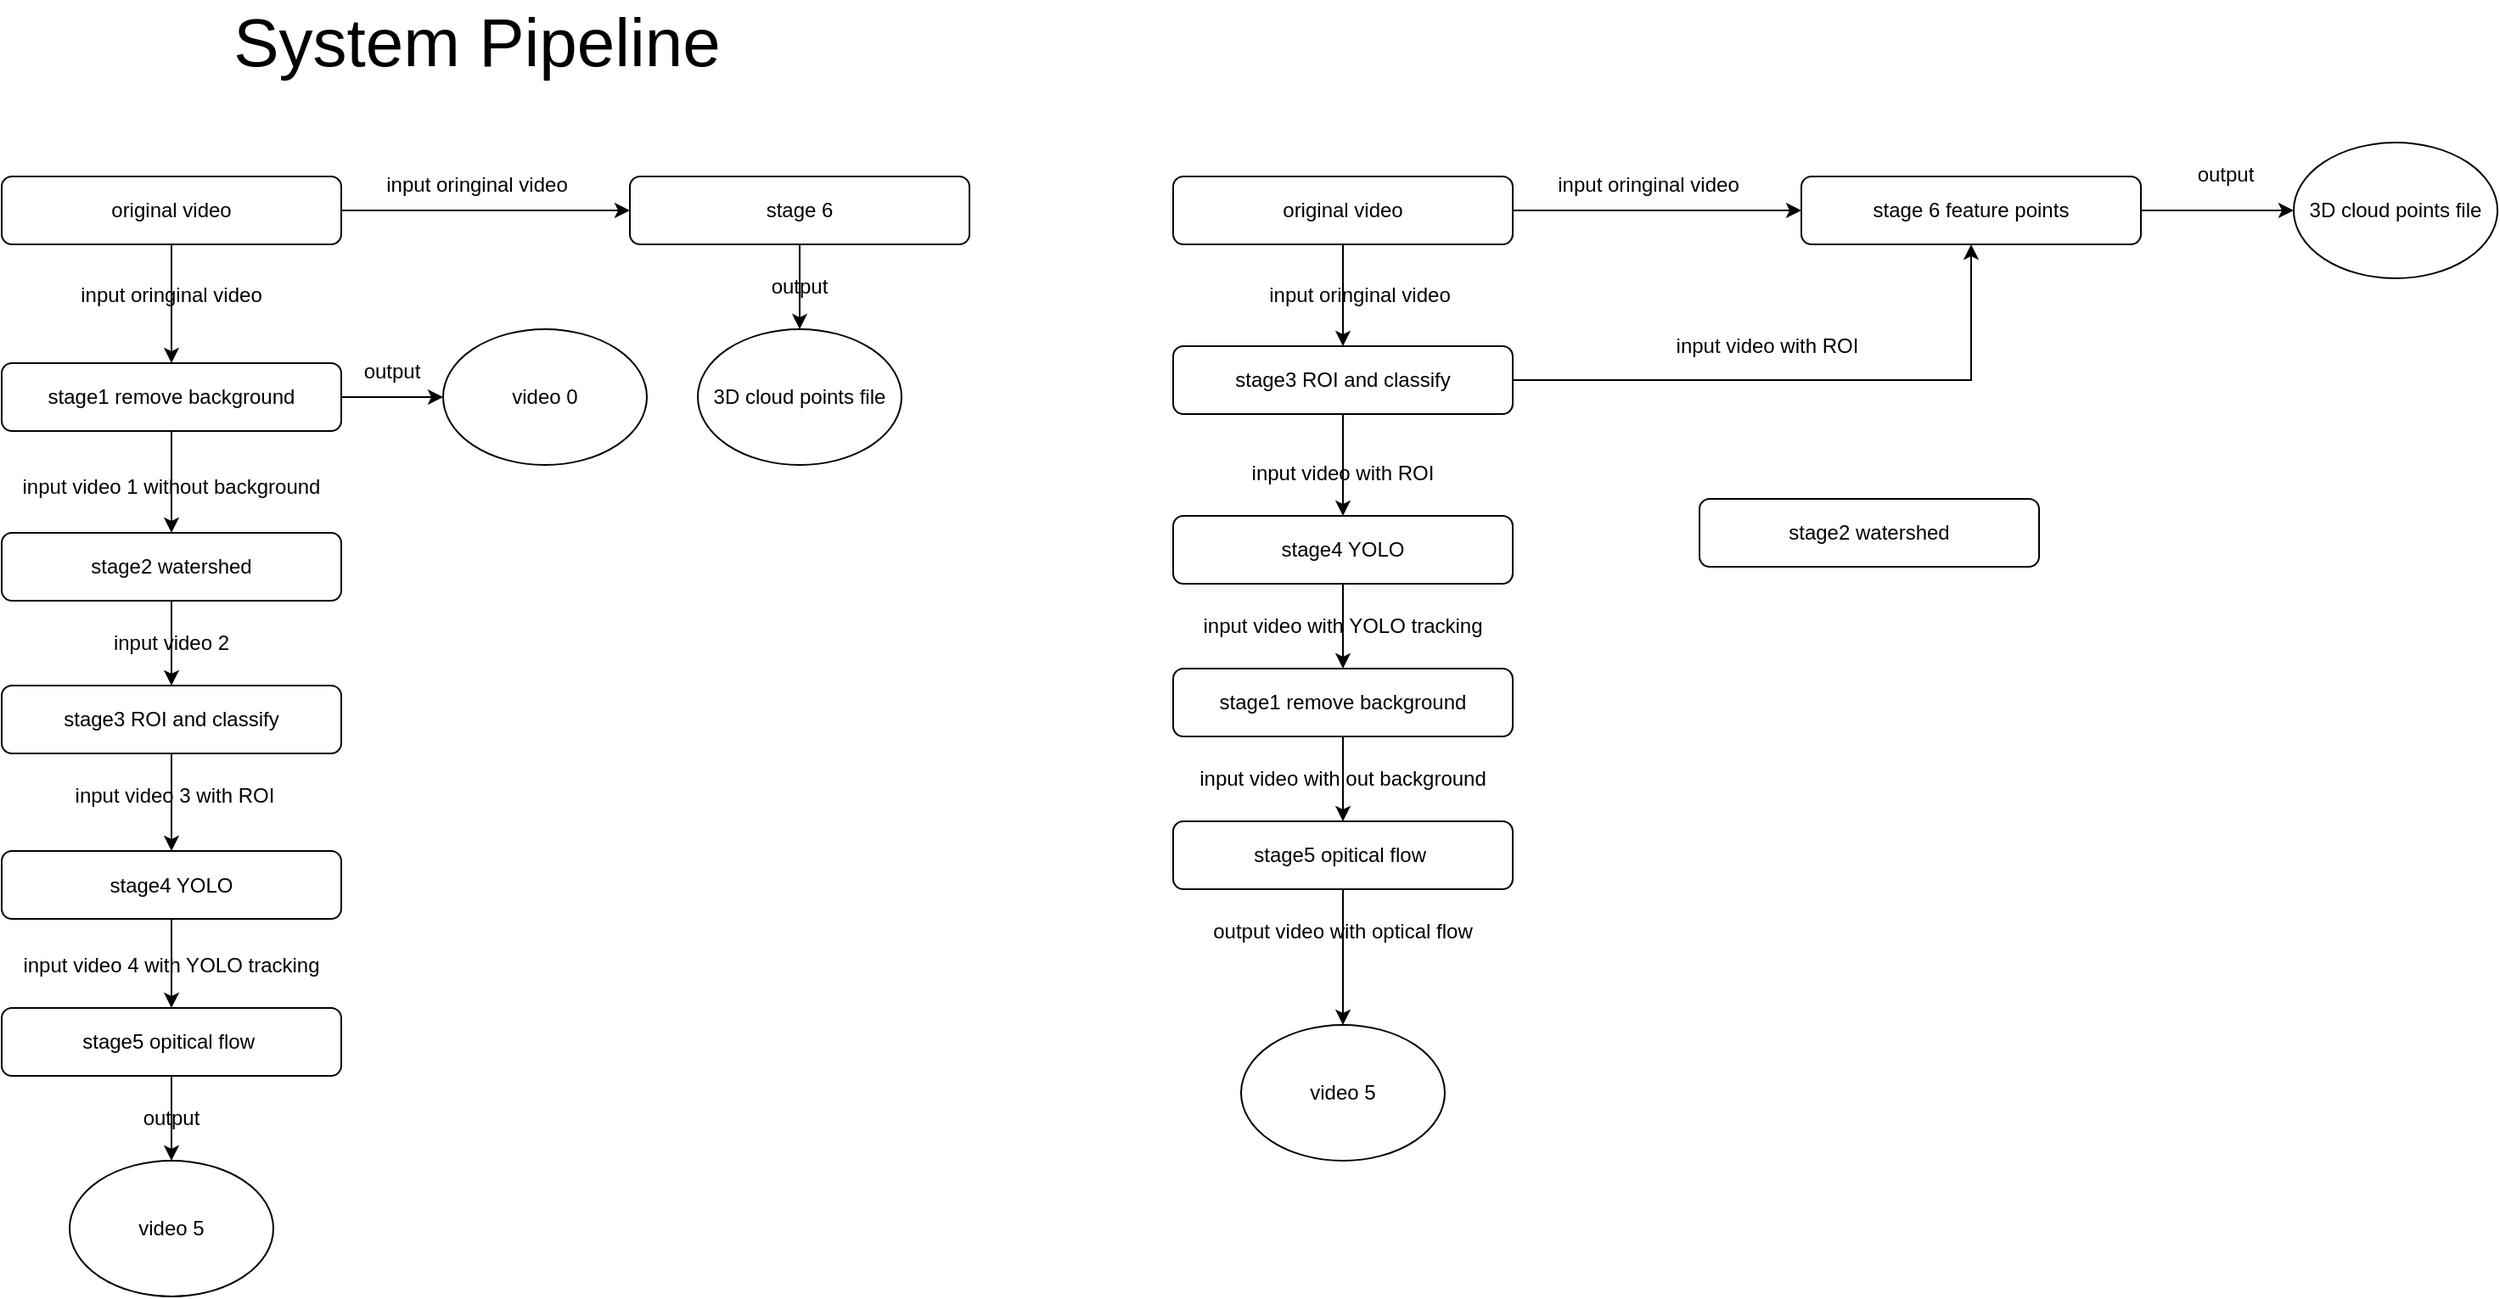
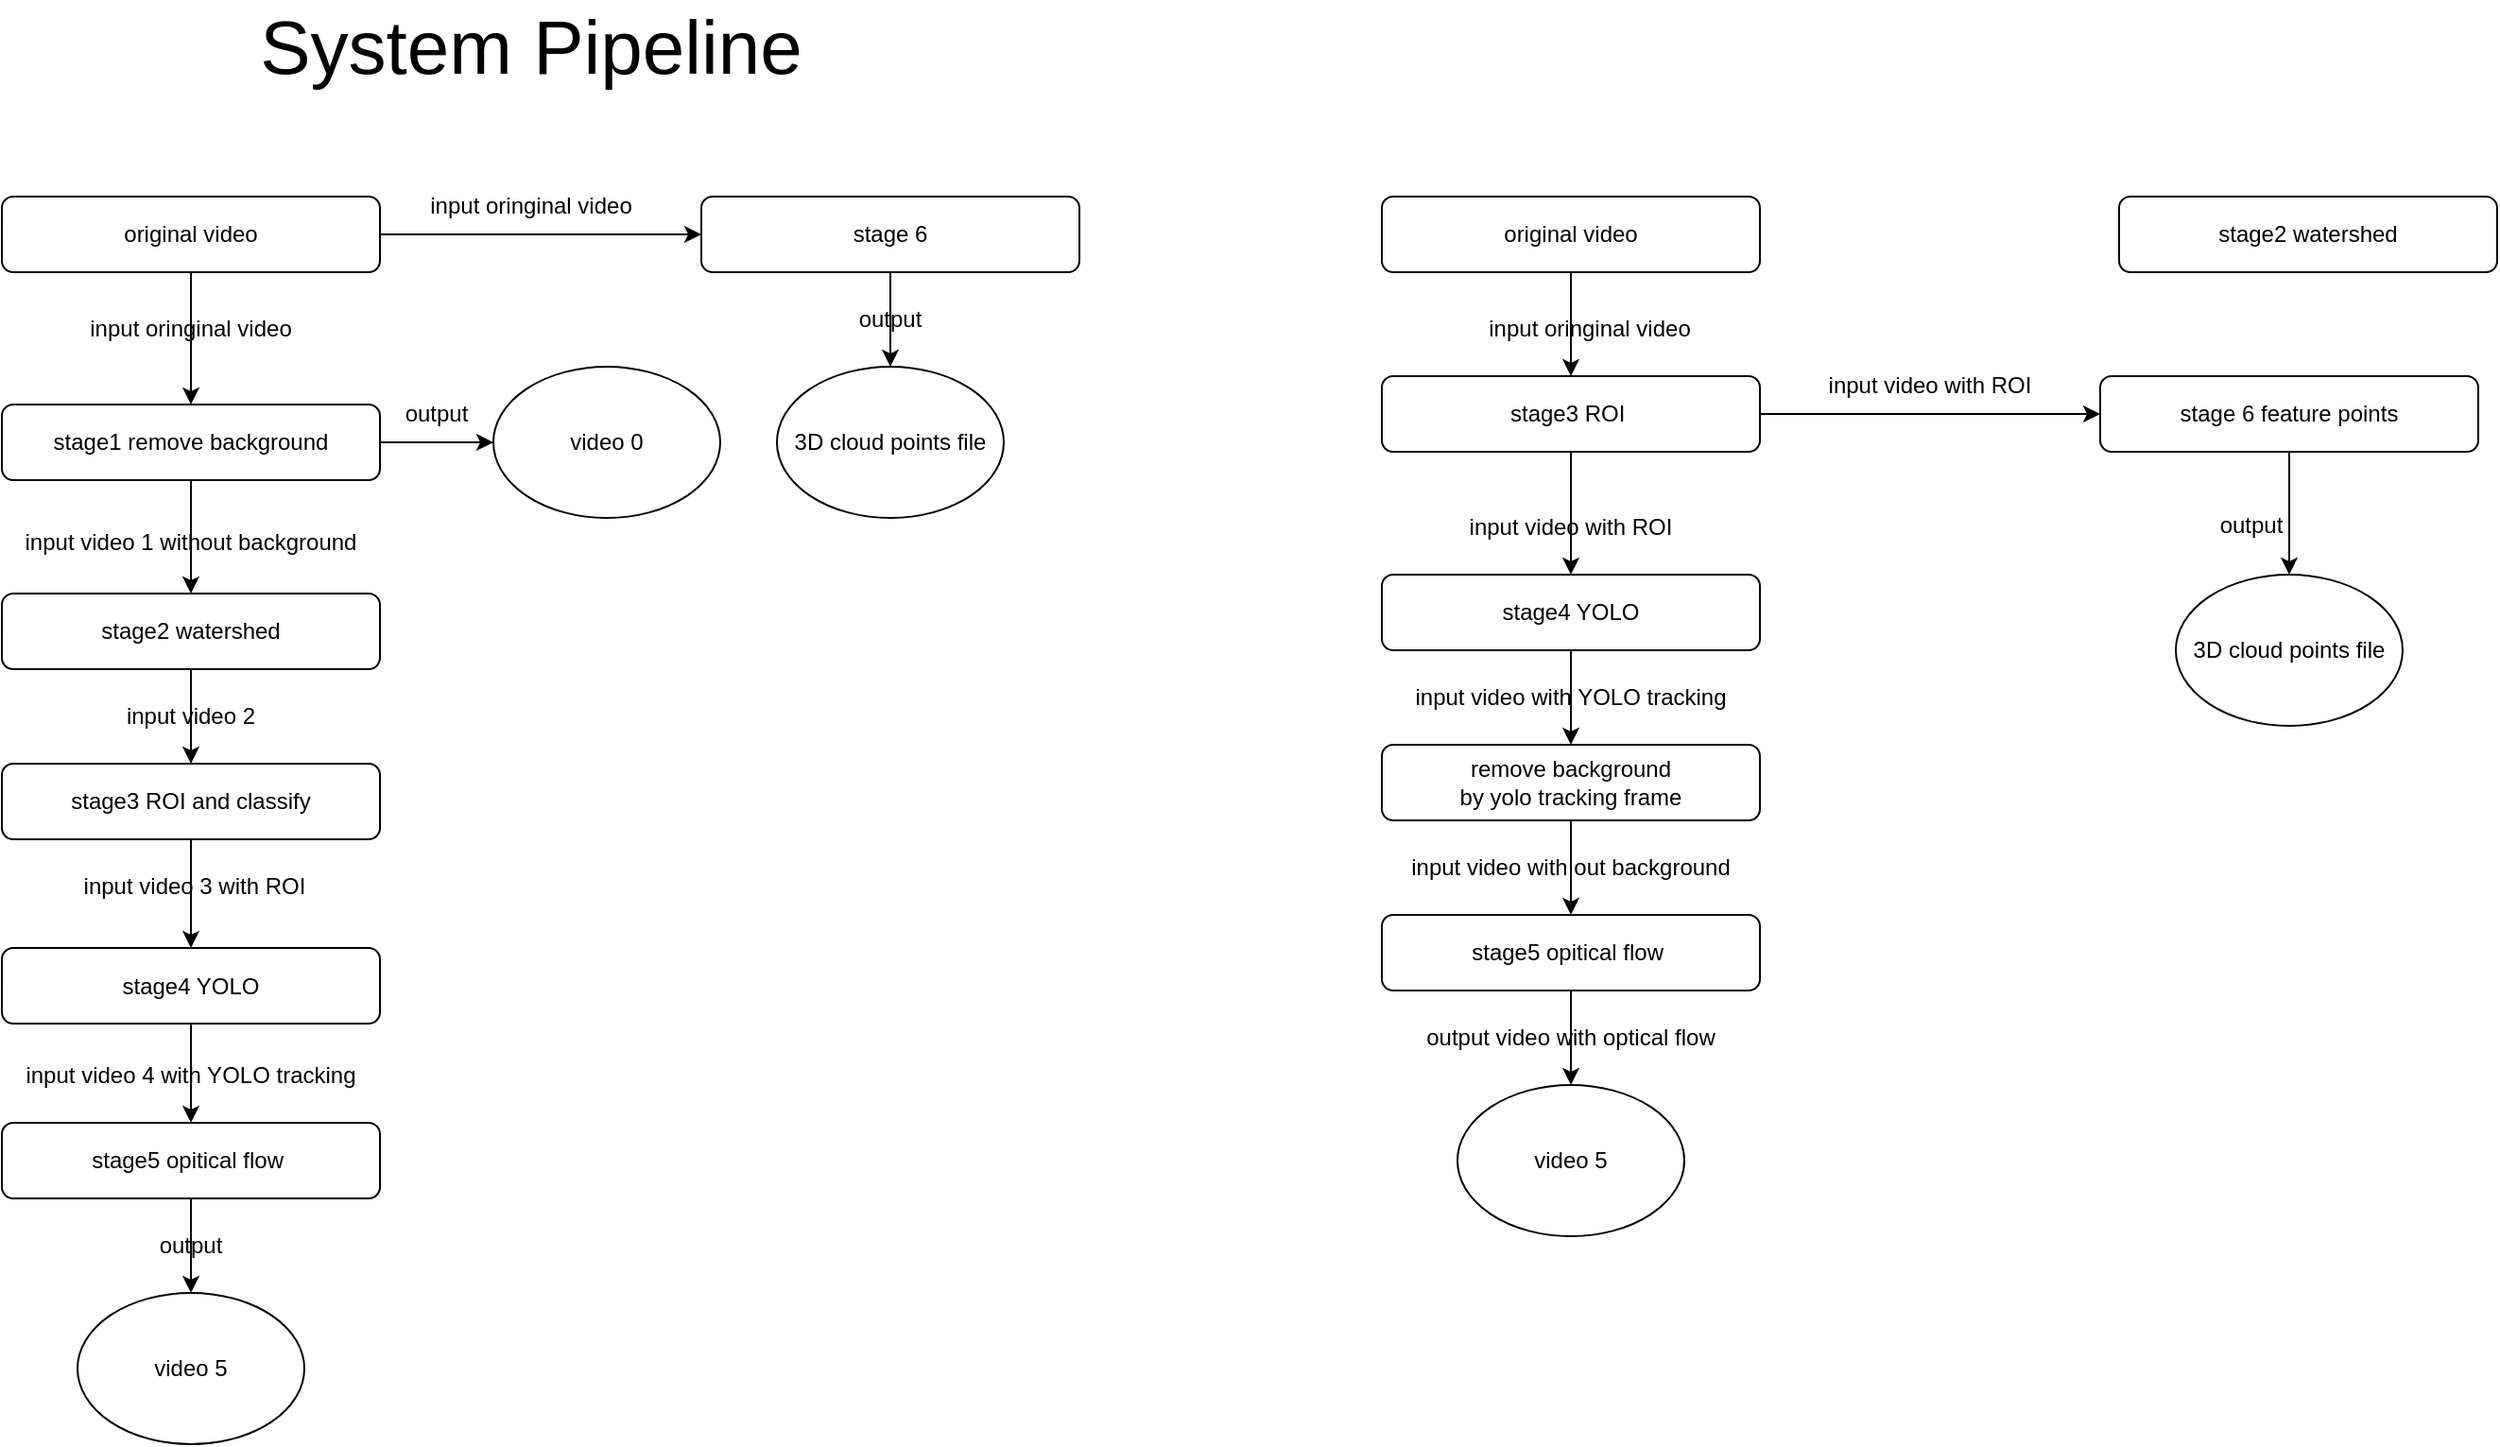
<mxfile host="app.diagrams.net">
  <diagram name="第 1 页" id="EDNaJZNnnwqxP0Wy0BaO">
-     <mxGraphModel dx="1288" dy="779" grid="1" gridSize="10" guides="1" tooltips="1" connect="1" arrows="1" fold="1" page="1" pageScale="1" pageWidth="827" pageHeight="1169" math="0" shadow="0">
+     <mxGraphModel dx="1471" dy="890" grid="1" gridSize="10" guides="1" tooltips="1" connect="1" arrows="1" fold="1" page="1" pageScale="1" pageWidth="827" pageHeight="1169" math="0" shadow="0">
      <root>
        <mxCell id="0" />
        <mxCell id="1" parent="0" />
        <mxCell id="LqL7joPrmtTk0NlE0pl9-1" edge="1" parent="1" source="LqL7joPrmtTk0NlE0pl9-3" style="edgeStyle=orthogonalEdgeStyle;rounded=0;orthogonalLoop=1;jettySize=auto;html=1;" target="LqL7joPrmtTk0NlE0pl9-8" value="">
          <mxGeometry relative="1" as="geometry" />
        </mxCell>
        <mxCell id="LqL7joPrmtTk0NlE0pl9-2" edge="1" parent="1" source="LqL7joPrmtTk0NlE0pl9-3" style="edgeStyle=orthogonalEdgeStyle;rounded=0;orthogonalLoop=1;jettySize=auto;html=1;" target="LqL7joPrmtTk0NlE0pl9-24" value="">
          <mxGeometry relative="1" as="geometry" />
        </mxCell>
        <mxCell id="LqL7joPrmtTk0NlE0pl9-3" parent="1" style="rounded=1;whiteSpace=wrap;html=1;" value="stage1 remove background" vertex="1">
          <mxGeometry height="40" width="200" x="410" y="520" as="geometry" />
        </mxCell>
        <mxCell id="LqL7joPrmtTk0NlE0pl9-4" edge="1" parent="1" source="LqL7joPrmtTk0NlE0pl9-6" style="edgeStyle=orthogonalEdgeStyle;rounded=0;orthogonalLoop=1;jettySize=auto;html=1;" target="LqL7joPrmtTk0NlE0pl9-3" value="">
          <mxGeometry relative="1" as="geometry" />
        </mxCell>
        <mxCell id="LqL7joPrmtTk0NlE0pl9-5" edge="1" parent="1" source="LqL7joPrmtTk0NlE0pl9-6" style="edgeStyle=orthogonalEdgeStyle;rounded=0;orthogonalLoop=1;jettySize=auto;html=1;" target="LqL7joPrmtTk0NlE0pl9-21" value="">
          <mxGeometry relative="1" as="geometry" />
        </mxCell>
        <mxCell id="LqL7joPrmtTk0NlE0pl9-6" parent="1" style="rounded=1;whiteSpace=wrap;html=1;" value="original video" vertex="1">
          <mxGeometry height="40" width="200" x="410" y="410" as="geometry" />
        </mxCell>
        <mxCell id="LqL7joPrmtTk0NlE0pl9-7" edge="1" parent="1" source="LqL7joPrmtTk0NlE0pl9-8" style="edgeStyle=orthogonalEdgeStyle;rounded=0;orthogonalLoop=1;jettySize=auto;html=1;" target="LqL7joPrmtTk0NlE0pl9-10" value="">
          <mxGeometry relative="1" as="geometry" />
        </mxCell>
        <mxCell id="LqL7joPrmtTk0NlE0pl9-8" parent="1" style="rounded=1;whiteSpace=wrap;html=1;" value="stage2 watershed" vertex="1">
          <mxGeometry height="40" width="200" x="410" y="620" as="geometry" />
        </mxCell>
        <mxCell id="LqL7joPrmtTk0NlE0pl9-9" edge="1" parent="1" source="LqL7joPrmtTk0NlE0pl9-10" style="edgeStyle=orthogonalEdgeStyle;rounded=0;orthogonalLoop=1;jettySize=auto;html=1;" target="LqL7joPrmtTk0NlE0pl9-14" value="">
          <mxGeometry relative="1" as="geometry" />
        </mxCell>
        <mxCell id="LqL7joPrmtTk0NlE0pl9-10" parent="1" style="rounded=1;whiteSpace=wrap;html=1;" value="stage3 ROI and classify" vertex="1">
          <mxGeometry height="40" width="200" x="410" y="710" as="geometry" />
        </mxCell>
        <mxCell id="LqL7joPrmtTk0NlE0pl9-11" edge="1" parent="1" source="LqL7joPrmtTk0NlE0pl9-12" style="edgeStyle=orthogonalEdgeStyle;rounded=0;orthogonalLoop=1;jettySize=auto;html=1;" target="LqL7joPrmtTk0NlE0pl9-23" value="">
          <mxGeometry relative="1" as="geometry" />
        </mxCell>
        <mxCell id="LqL7joPrmtTk0NlE0pl9-12" parent="1" style="rounded=1;whiteSpace=wrap;html=1;" value="stage5 opitical flow&amp;nbsp;" vertex="1">
          <mxGeometry height="40" width="200" x="410" y="900" as="geometry" />
        </mxCell>
        <mxCell id="LqL7joPrmtTk0NlE0pl9-13" edge="1" parent="1" source="LqL7joPrmtTk0NlE0pl9-14" style="edgeStyle=orthogonalEdgeStyle;rounded=0;orthogonalLoop=1;jettySize=auto;html=1;" target="LqL7joPrmtTk0NlE0pl9-12" value="">
          <mxGeometry relative="1" as="geometry" />
        </mxCell>
        <mxCell id="LqL7joPrmtTk0NlE0pl9-14" parent="1" style="rounded=1;whiteSpace=wrap;html=1;" value="stage4 YOLO" vertex="1">
          <mxGeometry height="40" width="200" x="410" y="807.5" as="geometry" />
        </mxCell>
        <mxCell id="LqL7joPrmtTk0NlE0pl9-15" parent="1" style="text;html=1;whiteSpace=wrap;strokeColor=none;fillColor=none;align=center;verticalAlign=middle;rounded=0;" value="input oringinal video" vertex="1">
          <mxGeometry height="30" width="180" x="420" y="465" as="geometry" />
        </mxCell>
        <mxCell id="LqL7joPrmtTk0NlE0pl9-16" parent="1" style="text;html=1;whiteSpace=wrap;strokeColor=none;fillColor=none;align=center;verticalAlign=middle;rounded=0;" value="input video 1 without background" vertex="1">
          <mxGeometry height="30" width="180" x="420" y="577.5" as="geometry" />
        </mxCell>
        <mxCell id="LqL7joPrmtTk0NlE0pl9-17" parent="1" style="text;html=1;whiteSpace=wrap;strokeColor=none;fillColor=none;align=center;verticalAlign=middle;rounded=0;" value="input video 2" vertex="1">
          <mxGeometry height="30" width="180" x="420" y="670" as="geometry" />
        </mxCell>
        <mxCell id="LqL7joPrmtTk0NlE0pl9-18" parent="1" style="text;html=1;whiteSpace=wrap;strokeColor=none;fillColor=none;align=center;verticalAlign=middle;rounded=0;" value="input video 3 with ROI" vertex="1">
          <mxGeometry height="30" width="180" x="422" y="760" as="geometry" />
        </mxCell>
        <mxCell id="LqL7joPrmtTk0NlE0pl9-19" parent="1" style="text;html=1;whiteSpace=wrap;strokeColor=none;fillColor=none;align=center;verticalAlign=middle;rounded=0;" value="input video 4 with YOLO tracking" vertex="1">
          <mxGeometry height="30" width="180" x="420" y="860" as="geometry" />
        </mxCell>
        <mxCell id="LqL7joPrmtTk0NlE0pl9-20" edge="1" parent="1" source="LqL7joPrmtTk0NlE0pl9-21" style="edgeStyle=orthogonalEdgeStyle;rounded=0;orthogonalLoop=1;jettySize=auto;html=1;" target="LqL7joPrmtTk0NlE0pl9-25" value="">
          <mxGeometry relative="1" as="geometry" />
        </mxCell>
        <mxCell id="LqL7joPrmtTk0NlE0pl9-21" parent="1" style="rounded=1;whiteSpace=wrap;html=1;" value="stage 6" vertex="1">
          <mxGeometry height="40" width="200" x="780" y="410" as="geometry" />
        </mxCell>
        <mxCell id="LqL7joPrmtTk0NlE0pl9-22" parent="1" style="text;html=1;whiteSpace=wrap;strokeColor=none;fillColor=none;align=center;verticalAlign=middle;rounded=0;" value="input oringinal video" vertex="1">
          <mxGeometry height="30" width="180" x="600" y="400" as="geometry" />
        </mxCell>
        <mxCell id="LqL7joPrmtTk0NlE0pl9-23" parent="1" style="ellipse;whiteSpace=wrap;html=1;" value="video 5" vertex="1">
          <mxGeometry height="80" width="120" x="450" y="990" as="geometry" />
        </mxCell>
        <mxCell id="LqL7joPrmtTk0NlE0pl9-24" parent="1" style="ellipse;whiteSpace=wrap;html=1;" value="video 0" vertex="1">
          <mxGeometry height="80" width="120" x="670" y="500" as="geometry" />
        </mxCell>
        <mxCell id="LqL7joPrmtTk0NlE0pl9-25" parent="1" style="ellipse;whiteSpace=wrap;html=1;" value="3D cloud points file" vertex="1">
          <mxGeometry height="80" width="120" x="820" y="500" as="geometry" />
        </mxCell>
        <mxCell id="LqL7joPrmtTk0NlE0pl9-26" parent="1" style="text;html=1;whiteSpace=wrap;strokeColor=none;fillColor=none;align=center;verticalAlign=middle;rounded=0;" value="output" vertex="1">
          <mxGeometry height="30" width="180" x="790" y="460" as="geometry" />
        </mxCell>
        <mxCell id="LqL7joPrmtTk0NlE0pl9-27" parent="1" style="text;html=1;whiteSpace=wrap;strokeColor=none;fillColor=none;align=center;verticalAlign=middle;rounded=0;" value="output" vertex="1">
          <mxGeometry height="30" width="180" x="550" y="510" as="geometry" />
        </mxCell>
        <mxCell id="LqL7joPrmtTk0NlE0pl9-28" parent="1" style="text;html=1;whiteSpace=wrap;strokeColor=none;fillColor=none;align=center;verticalAlign=middle;rounded=0;" value="output" vertex="1">
          <mxGeometry height="30" width="180" x="420" y="950" as="geometry" />
        </mxCell>
        <mxCell id="LqL7joPrmtTk0NlE0pl9-29" parent="1" style="text;html=1;whiteSpace=wrap;strokeColor=none;fillColor=none;align=center;verticalAlign=middle;rounded=0;" value="&lt;span style=&quot;text-align: left;&quot;&gt;&lt;font style=&quot;font-size: 40px;&quot;&gt;System Pipeline&lt;/font&gt;&lt;/span&gt;" vertex="1">
          <mxGeometry height="40" width="400" x="490" y="310" as="geometry" />
        </mxCell>
-         <mxCell id="VIaz_GR1P35Ysxikfubc-36" edge="1" parent="1" source="VIaz_GR1P35Ysxikfubc-3" style="edgeStyle=orthogonalEdgeStyle;rounded=0;orthogonalLoop=1;jettySize=auto;html=1;" target="VIaz_GR1P35Ysxikfubc-12" value="">
+         <mxCell id="qMy3pctc-F5U606VzNz1-1" edge="1" parent="1" source="qMy3pctc-F5U606VzNz1-2" style="edgeStyle=orthogonalEdgeStyle;rounded=0;orthogonalLoop=1;jettySize=auto;html=1;" target="qMy3pctc-F5U606VzNz1-10" value="">
          <mxGeometry relative="1" as="geometry" />
        </mxCell>
-         <mxCell id="VIaz_GR1P35Ysxikfubc-3" parent="1" style="rounded=1;whiteSpace=wrap;html=1;" value="stage1 remove background" vertex="1">
-           <mxGeometry height="40" width="200" x="1100" y="700" as="geometry" />
+         <mxCell id="qMy3pctc-F5U606VzNz1-2" parent="1" style="rounded=1;whiteSpace=wrap;html=1;" value="remove background &lt;br&gt;by&amp;nbsp;yolo tracking frame" vertex="1">
+           <mxGeometry height="40" width="200" x="1140" y="700" as="geometry" />
        </mxCell>
-         <mxCell id="VIaz_GR1P35Ysxikfubc-5" edge="1" parent="1" source="VIaz_GR1P35Ysxikfubc-6" style="edgeStyle=orthogonalEdgeStyle;rounded=0;orthogonalLoop=1;jettySize=auto;html=1;" target="VIaz_GR1P35Ysxikfubc-21" value="">
+         <mxCell id="qMy3pctc-F5U606VzNz1-4" edge="1" parent="1" source="qMy3pctc-F5U606VzNz1-5" style="edgeStyle=orthogonalEdgeStyle;rounded=0;orthogonalLoop=1;jettySize=auto;html=1;" target="qMy3pctc-F5U606VzNz1-8" value="">
          <mxGeometry relative="1" as="geometry" />
        </mxCell>
-         <mxCell id="VIaz_GR1P35Ysxikfubc-38" edge="1" parent="1" source="VIaz_GR1P35Ysxikfubc-6" style="edgeStyle=orthogonalEdgeStyle;rounded=0;orthogonalLoop=1;jettySize=auto;html=1;" target="VIaz_GR1P35Ysxikfubc-10" value="">
+         <mxCell id="qMy3pctc-F5U606VzNz1-5" parent="1" style="rounded=1;whiteSpace=wrap;html=1;" value="original video" vertex="1">
+           <mxGeometry height="40" width="200" x="1140" y="410" as="geometry" />
+         </mxCell>
+         <mxCell id="qMy3pctc-F5U606VzNz1-6" parent="1" style="rounded=1;whiteSpace=wrap;html=1;" value="stage2 watershed" vertex="1">
+           <mxGeometry height="40" width="200" x="1530" y="410" as="geometry" />
+         </mxCell>
+         <mxCell id="qMy3pctc-F5U606VzNz1-7" edge="1" parent="1" source="qMy3pctc-F5U606VzNz1-8" style="edgeStyle=orthogonalEdgeStyle;rounded=0;orthogonalLoop=1;jettySize=auto;html=1;" target="qMy3pctc-F5U606VzNz1-12" value="">
          <mxGeometry relative="1" as="geometry" />
        </mxCell>
-         <mxCell id="VIaz_GR1P35Ysxikfubc-6" parent="1" style="rounded=1;whiteSpace=wrap;html=1;" value="original video" vertex="1">
-           <mxGeometry height="40" width="200" x="1100" y="410" as="geometry" />
-         </mxCell>
-         <mxCell id="VIaz_GR1P35Ysxikfubc-8" parent="1" style="rounded=1;whiteSpace=wrap;html=1;" value="stage2 watershed" vertex="1">
-           <mxGeometry height="40" width="200" x="1410" y="600" as="geometry" />
-         </mxCell>
-         <mxCell id="VIaz_GR1P35Ysxikfubc-31" edge="1" parent="1" source="VIaz_GR1P35Ysxikfubc-10" style="edgeStyle=orthogonalEdgeStyle;rounded=0;orthogonalLoop=1;jettySize=auto;html=1;" target="VIaz_GR1P35Ysxikfubc-14" value="">
+         <mxCell id="qMy3pctc-F5U606VzNz1-30" edge="1" parent="1" source="qMy3pctc-F5U606VzNz1-8" style="edgeStyle=orthogonalEdgeStyle;rounded=0;orthogonalLoop=1;jettySize=auto;html=1;" target="qMy3pctc-F5U606VzNz1-18" value="">
          <mxGeometry relative="1" as="geometry" />
        </mxCell>
-         <mxCell id="VIaz_GR1P35Ysxikfubc-40" edge="1" parent="1" source="VIaz_GR1P35Ysxikfubc-10" style="edgeStyle=orthogonalEdgeStyle;rounded=0;orthogonalLoop=1;jettySize=auto;html=1;" target="VIaz_GR1P35Ysxikfubc-21" value="">
+         <mxCell id="qMy3pctc-F5U606VzNz1-8" parent="1" style="rounded=1;whiteSpace=wrap;html=1;" value="stage3 ROI&amp;nbsp;" vertex="1">
+           <mxGeometry height="40" width="200" x="1140" y="505" as="geometry" />
+         </mxCell>
+         <mxCell id="qMy3pctc-F5U606VzNz1-9" edge="1" parent="1" source="qMy3pctc-F5U606VzNz1-10" style="edgeStyle=orthogonalEdgeStyle;rounded=0;orthogonalLoop=1;jettySize=auto;html=1;" target="qMy3pctc-F5U606VzNz1-20" value="">
          <mxGeometry relative="1" as="geometry" />
        </mxCell>
-         <mxCell id="VIaz_GR1P35Ysxikfubc-10" parent="1" style="rounded=1;whiteSpace=wrap;html=1;" value="stage3 ROI and classify" vertex="1">
-           <mxGeometry height="40" width="200" x="1100" y="510" as="geometry" />
+         <mxCell id="qMy3pctc-F5U606VzNz1-10" parent="1" style="rounded=1;whiteSpace=wrap;html=1;" value="stage5 opitical flow&amp;nbsp;" vertex="1">
+           <mxGeometry height="40" width="200" x="1140" y="790" as="geometry" />
        </mxCell>
-         <mxCell id="VIaz_GR1P35Ysxikfubc-11" edge="1" parent="1" source="VIaz_GR1P35Ysxikfubc-12" style="edgeStyle=orthogonalEdgeStyle;rounded=0;orthogonalLoop=1;jettySize=auto;html=1;" target="VIaz_GR1P35Ysxikfubc-23" value="">
+         <mxCell id="qMy3pctc-F5U606VzNz1-11" edge="1" parent="1" source="qMy3pctc-F5U606VzNz1-12" style="edgeStyle=orthogonalEdgeStyle;rounded=0;orthogonalLoop=1;jettySize=auto;html=1;" target="qMy3pctc-F5U606VzNz1-2" value="">
          <mxGeometry relative="1" as="geometry" />
        </mxCell>
-         <mxCell id="VIaz_GR1P35Ysxikfubc-12" parent="1" style="rounded=1;whiteSpace=wrap;html=1;" value="stage5 opitical flow&amp;nbsp;" vertex="1">
-           <mxGeometry height="40" width="200" x="1100" y="790" as="geometry" />
+         <mxCell id="qMy3pctc-F5U606VzNz1-12" parent="1" style="rounded=1;whiteSpace=wrap;html=1;" value="stage4 YOLO" vertex="1">
+           <mxGeometry height="40" width="200" x="1140" y="610" as="geometry" />
        </mxCell>
-         <mxCell id="VIaz_GR1P35Ysxikfubc-35" edge="1" parent="1" source="VIaz_GR1P35Ysxikfubc-14" style="edgeStyle=orthogonalEdgeStyle;rounded=0;orthogonalLoop=1;jettySize=auto;html=1;" target="VIaz_GR1P35Ysxikfubc-3" value="">
+         <mxCell id="qMy3pctc-F5U606VzNz1-13" parent="1" style="text;html=1;whiteSpace=wrap;strokeColor=none;fillColor=none;align=center;verticalAlign=middle;rounded=0;" value="input oringinal video" vertex="1">
+           <mxGeometry height="30" width="180" x="1160" y="465" as="geometry" />
+         </mxCell>
+         <mxCell id="qMy3pctc-F5U606VzNz1-14" parent="1" style="text;html=1;whiteSpace=wrap;strokeColor=none;fillColor=none;align=center;verticalAlign=middle;rounded=0;" value="input video with out background" vertex="1">
+           <mxGeometry height="30" width="180" x="1150" y="750" as="geometry" />
+         </mxCell>
+         <mxCell id="qMy3pctc-F5U606VzNz1-15" parent="1" style="text;html=1;whiteSpace=wrap;strokeColor=none;fillColor=none;align=center;verticalAlign=middle;rounded=0;" value="input video with ROI" vertex="1">
+           <mxGeometry height="30" width="180" x="1150" y="570" as="geometry" />
+         </mxCell>
+         <mxCell id="qMy3pctc-F5U606VzNz1-16" parent="1" style="text;html=1;whiteSpace=wrap;strokeColor=none;fillColor=none;align=center;verticalAlign=middle;rounded=0;" value="input video with YOLO tracking" vertex="1">
+           <mxGeometry height="30" width="180" x="1150" y="660" as="geometry" />
+         </mxCell>
+         <mxCell id="qMy3pctc-F5U606VzNz1-17" edge="1" parent="1" source="qMy3pctc-F5U606VzNz1-18" style="edgeStyle=orthogonalEdgeStyle;rounded=0;orthogonalLoop=1;jettySize=auto;html=1;" target="qMy3pctc-F5U606VzNz1-21" value="">
          <mxGeometry relative="1" as="geometry" />
        </mxCell>
-         <mxCell id="VIaz_GR1P35Ysxikfubc-14" parent="1" style="rounded=1;whiteSpace=wrap;html=1;" value="stage4 YOLO" vertex="1">
-           <mxGeometry height="40" width="200" x="1100" y="610" as="geometry" />
+         <mxCell id="qMy3pctc-F5U606VzNz1-18" parent="1" style="rounded=1;whiteSpace=wrap;html=1;" value="stage 6 feature points" vertex="1">
+           <mxGeometry height="40" width="200" x="1520" y="505" as="geometry" />
        </mxCell>
-         <mxCell id="VIaz_GR1P35Ysxikfubc-15" parent="1" style="text;html=1;whiteSpace=wrap;strokeColor=none;fillColor=none;align=center;verticalAlign=middle;rounded=0;" value="input oringinal video" vertex="1">
-           <mxGeometry height="30" width="180" x="1120" y="465" as="geometry" />
+         <mxCell id="qMy3pctc-F5U606VzNz1-20" parent="1" style="ellipse;whiteSpace=wrap;html=1;" value="video 5" vertex="1">
+           <mxGeometry height="80" width="120" x="1180" y="880" as="geometry" />
        </mxCell>
-         <mxCell id="VIaz_GR1P35Ysxikfubc-16" parent="1" style="text;html=1;whiteSpace=wrap;strokeColor=none;fillColor=none;align=center;verticalAlign=middle;rounded=0;" value="input video with out background" vertex="1">
-           <mxGeometry height="30" width="180" x="1110" y="750" as="geometry" />
+         <mxCell id="qMy3pctc-F5U606VzNz1-21" parent="1" style="ellipse;whiteSpace=wrap;html=1;" value="3D cloud points file" vertex="1">
+           <mxGeometry height="80" width="120" x="1560" y="610" as="geometry" />
        </mxCell>
-         <mxCell id="VIaz_GR1P35Ysxikfubc-18" parent="1" style="text;html=1;whiteSpace=wrap;strokeColor=none;fillColor=none;align=center;verticalAlign=middle;rounded=0;" value="input video with ROI" vertex="1">
-           <mxGeometry height="30" width="180" x="1110" y="570" as="geometry" />
+         <mxCell id="qMy3pctc-F5U606VzNz1-22" parent="1" style="text;html=1;whiteSpace=wrap;strokeColor=none;fillColor=none;align=center;verticalAlign=middle;rounded=0;" value="output" vertex="1">
+           <mxGeometry height="38.75" width="120" x="1540" y="565" as="geometry" />
        </mxCell>
-         <mxCell id="VIaz_GR1P35Ysxikfubc-19" parent="1" style="text;html=1;whiteSpace=wrap;strokeColor=none;fillColor=none;align=center;verticalAlign=middle;rounded=0;" value="input video with YOLO tracking" vertex="1">
-           <mxGeometry height="30" width="180" x="1110" y="660" as="geometry" />
+         <mxCell id="qMy3pctc-F5U606VzNz1-23" parent="1" style="text;html=1;whiteSpace=wrap;strokeColor=none;fillColor=none;align=center;verticalAlign=middle;rounded=0;" value="output video with optical flow" vertex="1">
+           <mxGeometry height="30" width="180" x="1150" y="840" as="geometry" />
        </mxCell>
-         <mxCell id="VIaz_GR1P35Ysxikfubc-45" edge="1" parent="1" source="VIaz_GR1P35Ysxikfubc-21" style="edgeStyle=orthogonalEdgeStyle;rounded=0;orthogonalLoop=1;jettySize=auto;html=1;" target="VIaz_GR1P35Ysxikfubc-25" value="">
+         <mxCell id="qMy3pctc-F5U606VzNz1-24" edge="1" parent="1" source="qMy3pctc-F5U606VzNz1-8" style="edgeStyle=orthogonalEdgeStyle;rounded=0;orthogonalLoop=1;jettySize=auto;html=1;innerLoopWaypoints=1;exitX=0.5;exitY=1;exitDx=0;exitDy=0;" target="qMy3pctc-F5U606VzNz1-8">
          <mxGeometry relative="1" as="geometry" />
        </mxCell>
-         <mxCell id="VIaz_GR1P35Ysxikfubc-21" parent="1" style="rounded=1;whiteSpace=wrap;html=1;" value="stage 6 feature points" vertex="1">
-           <mxGeometry height="40" width="200" x="1470" y="410" as="geometry" />
-         </mxCell>
-         <mxCell id="VIaz_GR1P35Ysxikfubc-22" parent="1" style="text;html=1;whiteSpace=wrap;strokeColor=none;fillColor=none;align=center;verticalAlign=middle;rounded=0;" value="input oringinal video" vertex="1">
-           <mxGeometry height="30" width="160" x="1300" y="400" as="geometry" />
-         </mxCell>
-         <mxCell id="VIaz_GR1P35Ysxikfubc-23" parent="1" style="ellipse;whiteSpace=wrap;html=1;" value="video 5" vertex="1">
-           <mxGeometry height="80" width="120" x="1140" y="910" as="geometry" />
-         </mxCell>
-         <mxCell id="VIaz_GR1P35Ysxikfubc-25" parent="1" style="ellipse;whiteSpace=wrap;html=1;" value="3D cloud points file" vertex="1">
-           <mxGeometry height="80" width="120" x="1760" y="390" as="geometry" />
-         </mxCell>
-         <mxCell id="VIaz_GR1P35Ysxikfubc-26" parent="1" style="text;html=1;whiteSpace=wrap;strokeColor=none;fillColor=none;align=center;verticalAlign=middle;rounded=0;" value="output" vertex="1">
-           <mxGeometry height="38.75" width="120" x="1660" y="390" as="geometry" />
-         </mxCell>
-         <mxCell id="VIaz_GR1P35Ysxikfubc-28" parent="1" style="text;html=1;whiteSpace=wrap;strokeColor=none;fillColor=none;align=center;verticalAlign=middle;rounded=0;" value="output video with optical flow" vertex="1">
-           <mxGeometry height="30" width="180" x="1110" y="840" as="geometry" />
-         </mxCell>
-         <mxCell id="VIaz_GR1P35Ysxikfubc-30" edge="1" parent="1" source="VIaz_GR1P35Ysxikfubc-10" style="edgeStyle=orthogonalEdgeStyle;rounded=0;orthogonalLoop=1;jettySize=auto;html=1;innerLoopWaypoints=1;exitX=0.5;exitY=1;exitDx=0;exitDy=0;" target="VIaz_GR1P35Ysxikfubc-10">
-           <mxGeometry relative="1" as="geometry" />
-         </mxCell>
-         <mxCell id="VIaz_GR1P35Ysxikfubc-42" parent="1" style="text;html=1;whiteSpace=wrap;strokeColor=none;fillColor=none;align=center;verticalAlign=middle;rounded=0;" value="input video with ROI" vertex="1">
-           <mxGeometry height="30" width="180" x="1360" y="495" as="geometry" />
+         <mxCell id="qMy3pctc-F5U606VzNz1-19" parent="1" style="text;html=1;whiteSpace=wrap;strokeColor=none;fillColor=none;align=center;verticalAlign=middle;rounded=0;" value="input video with&amp;nbsp;&lt;span style=&quot;background-color: transparent; color: light-dark(rgb(0, 0, 0), rgb(255, 255, 255));&quot;&gt;ROI&lt;/span&gt;" vertex="1">
+           <mxGeometry height="30" width="160" x="1350" y="495" as="geometry" />
        </mxCell>
      </root>
    </mxGraphModel>
  </diagram>
</mxfile>
